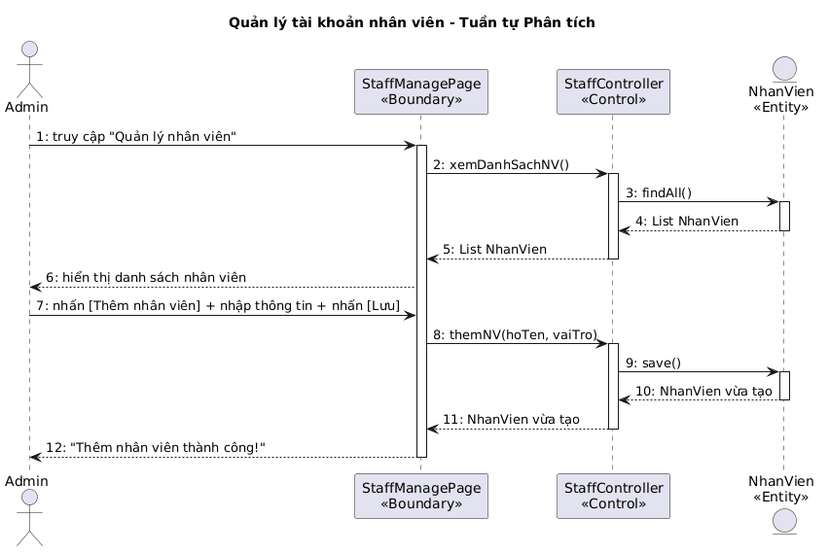
Before: output/diagrams/account_seq_staff.png, a diagram exported from PlantUML (thanhtrnnn/cnpm).
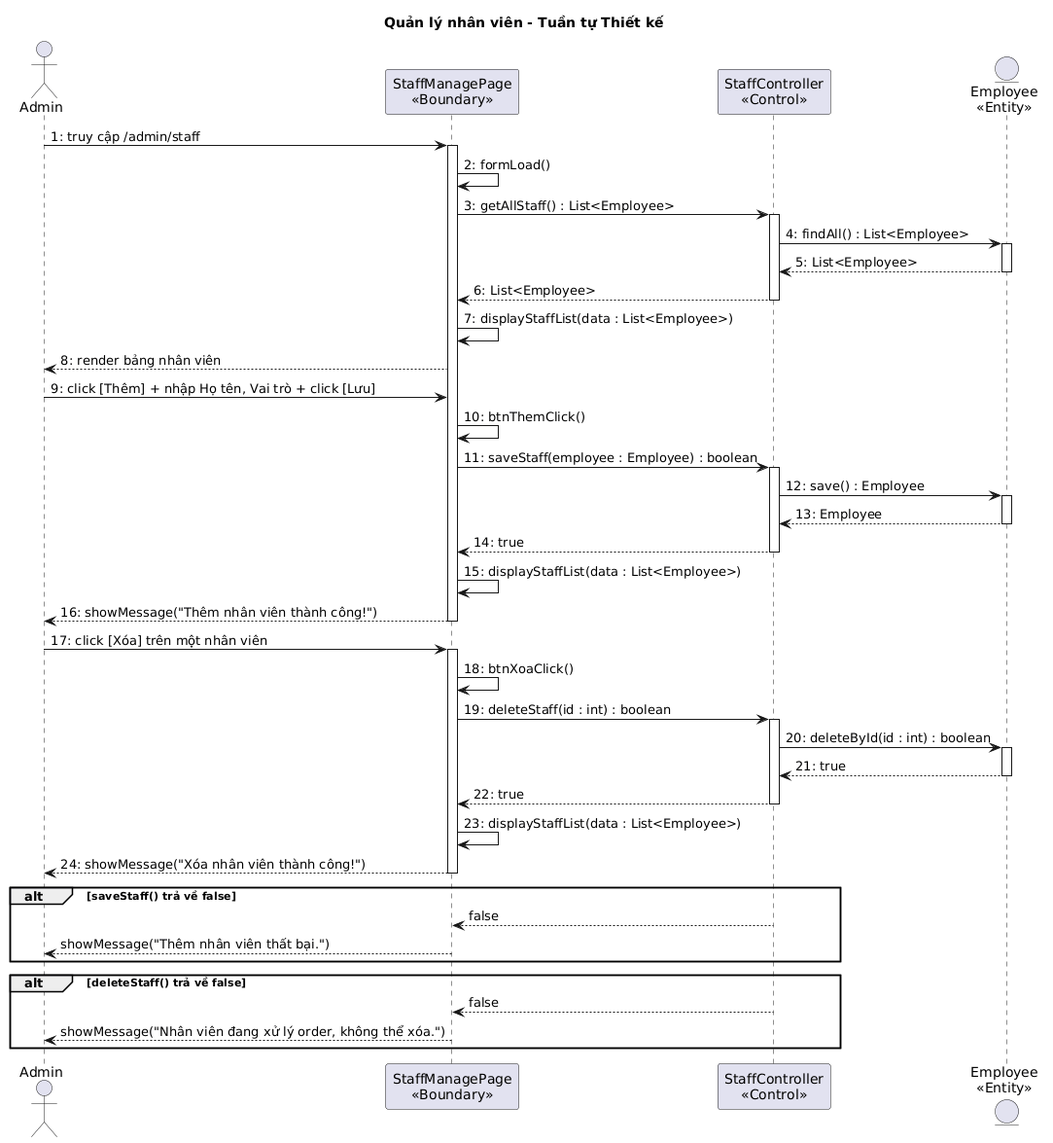
Later version of the same file.

Diff of the diagram source:
```diff
@@ -1,32 +1,61 @@
 @startuml
-title Quản lý tài khoản nhân viên - Tuần tự Phân tích
+title Quản lý nhân viên - Tuần tự Thiết kế
 
 actor "Admin" as Admin
 participant "StaffManagePage\n<<Boundary>>" as B1
 participant "StaffController\n<<Control>>" as C1
-entity "NhanVien\n<<Entity>>" as E1
+entity "Employee\n<<Entity>>" as E1
 
-Admin -> B1 : 1: truy cập "Quản lý nhân viên"
+Admin -> B1 : 1: truy cập /admin/staff
 activate B1
-B1 -> C1 : 2: xemDanhSachNV()
+B1 -> B1 : 2: formLoad()
+B1 -> C1 : 3: getAllStaff() : List<Employee>
 activate C1
-C1 -> E1 : 3: findAll()
+C1 -> E1 : 4: findAll() : List<Employee>
 activate E1
-E1 --> C1 : 4: List NhanVien
+E1 --> C1 : 5: List<Employee>
 deactivate E1
-C1 --> B1 : 5: List NhanVien
+C1 --> B1 : 6: List<Employee>
 deactivate C1
-B1 --> Admin : 6: hiển thị danh sách nhân viên
+B1 -> B1 : 7: displayStaffList(data : List<Employee>)
+B1 --> Admin : 8: render bảng nhân viên
 
-Admin -> B1 : 7: nhấn [Thêm nhân viên] + nhập thông tin + nhấn [Lưu]
-B1 -> C1 : 8: themNV(hoTen, vaiTro)
+Admin -> B1 : 9: click [Thêm] + nhập Họ tên, Vai trò + click [Lưu]
+B1 -> B1 : 10: btnThemClick()
+B1 -> C1 : 11: saveStaff(employee : Employee) : boolean
 activate C1
-C1 -> E1 : 9: save()
+C1 -> E1 : 12: save() : Employee
 activate E1
-E1 --> C1 : 10: NhanVien vừa tạo
+E1 --> C1 : 13: Employee
 deactivate E1
-C1 --> B1 : 11: NhanVien vừa tạo
+C1 --> B1 : 14: true
 deactivate C1
-B1 --> Admin : 12: "Thêm nhân viên thành công!"
+B1 -> B1 : 15: displayStaffList(data : List<Employee>)
+B1 --> Admin : 16: showMessage("Thêm nhân viên thành công!")
 deactivate B1
+
+Admin -> B1 : 17: click [Xóa] trên một nhân viên
+activate B1
+B1 -> B1 : 18: btnXoaClick()
+B1 -> C1 : 19: deleteStaff(id : int) : boolean
+activate C1
+C1 -> E1 : 20: deleteById(id : int) : boolean
+activate E1
+E1 --> C1 : 21: true
+deactivate E1
+C1 --> B1 : 22: true
+deactivate C1
+B1 -> B1 : 23: displayStaffList(data : List<Employee>)
+B1 --> Admin : 24: showMessage("Xóa nhân viên thành công!")
+deactivate B1
+
+alt saveStaff() trả về false
+  C1 --> B1 : false
+  B1 --> Admin : showMessage("Thêm nhân viên thất bại.")
+end
+
+alt deleteStaff() trả về false
+  C1 --> B1 : false
+  B1 --> Admin : showMessage("Nhân viên đang xử lý order, không thể xóa.")
+end
 @enduml
```
